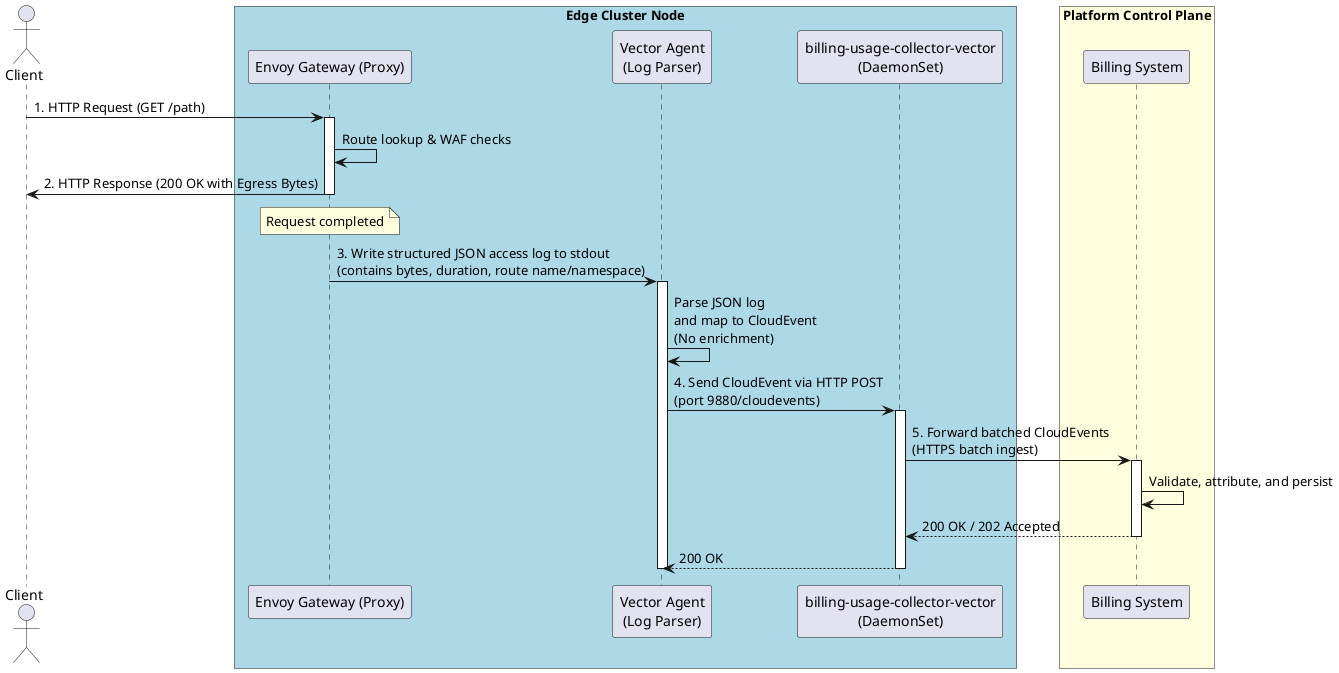
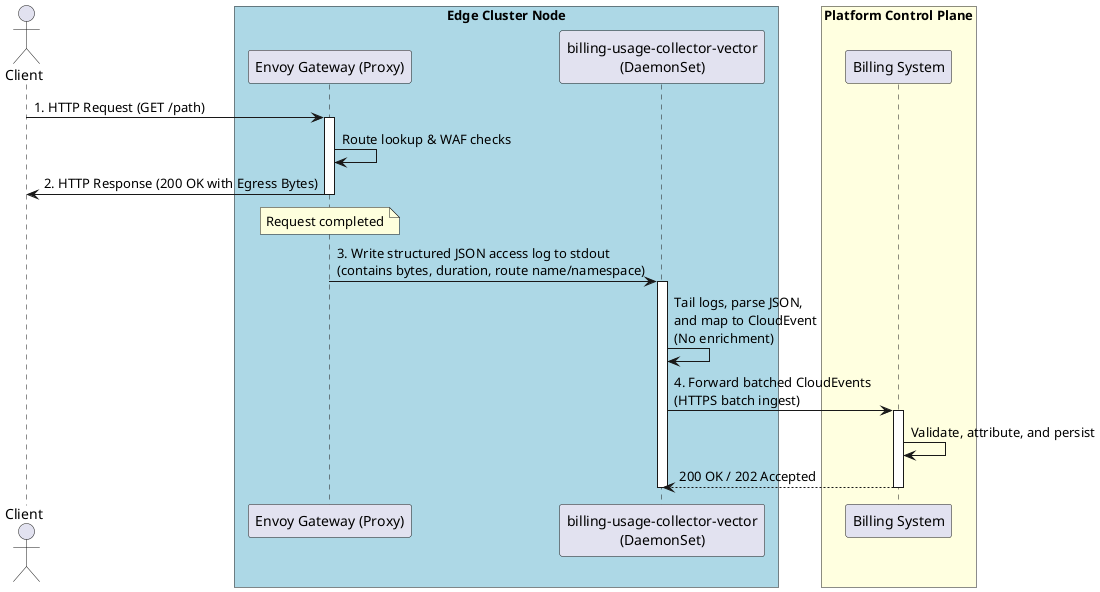
@startuml http-metering-sequence
skinparam BoxPadding 10
skinparam ParticipantPadding 10

actor Client as client
box "Edge Cluster Node" #LightBlue
  participant "Envoy Gateway (Proxy)" as envoy
-   participant "Vector Agent\n(Log Parser)" as parser
-   participant "billing-usage-collector-vector\n(DaemonSet)" as collector
+   participant "billing-usage-collector-vector\n(DaemonSet)" as vector
end box

box "Platform Control Plane" #LightYellow
  participant "Billing System" as billing
end box

client -> envoy : 1. HTTP Request (GET /path)
activate envoy
envoy -> envoy : Route lookup & WAF checks
envoy -> client : 2. HTTP Response (200 OK with Egress Bytes)
deactivate envoy

note over envoy : Request completed
- envoy -> parser : 3. Write structured JSON access log to stdout\n(contains bytes, duration, route name/namespace)
- activate parser
+ envoy -> vector : 3. Write structured JSON access log to stdout\n(contains bytes, duration, route name/namespace)
+ activate vector

- parser -> parser : Parse JSON log\nand map to CloudEvent\n(No enrichment)
+ vector -> vector : Tail logs, parse JSON,\nand map to CloudEvent\n(No enrichment)

- parser -> collector : 4. Send CloudEvent via HTTP POST\n(port 9880/cloudevents)
- activate collector
- 
- collector -> billing : 5. Forward batched CloudEvents\n(HTTPS batch ingest)
+ vector -> billing : 4. Forward batched CloudEvents\n(HTTPS batch ingest)
activate billing

billing -> billing : Validate, attribute, and persist
- billing --> collector : 200 OK / 202 Accepted
+ billing --> vector : 200 OK / 202 Accepted
deactivate billing
- 
- collector --> parser : 200 OK
- deactivate collector
- deactivate parser
+ deactivate vector

@enduml
